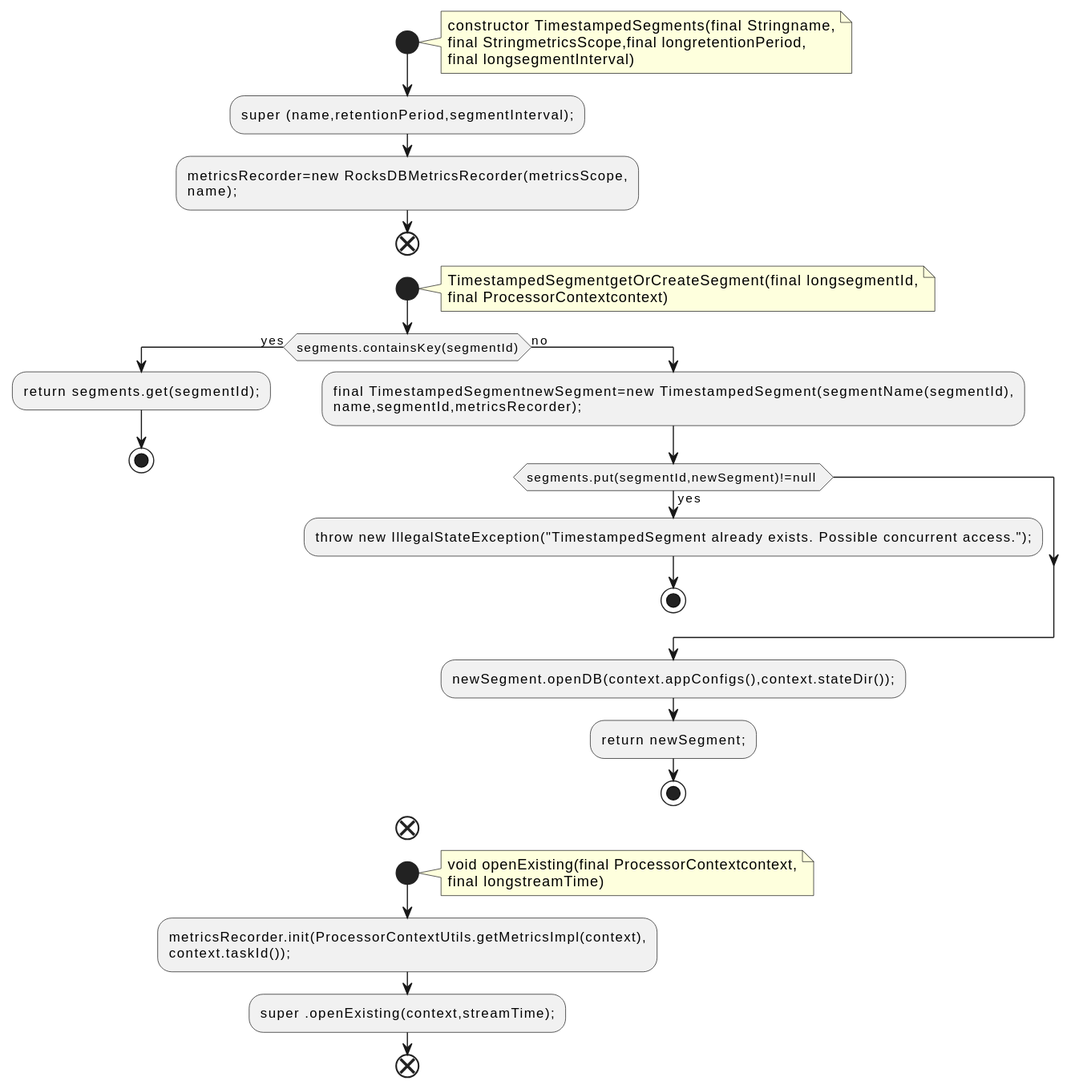
Before: docs/qc/streams/src/main/java/org/apache/kafka/streams/state/internals/TimestampedSegments.java.fct.svg, a diagram exported from PlantUML (qualitesys/kafka).
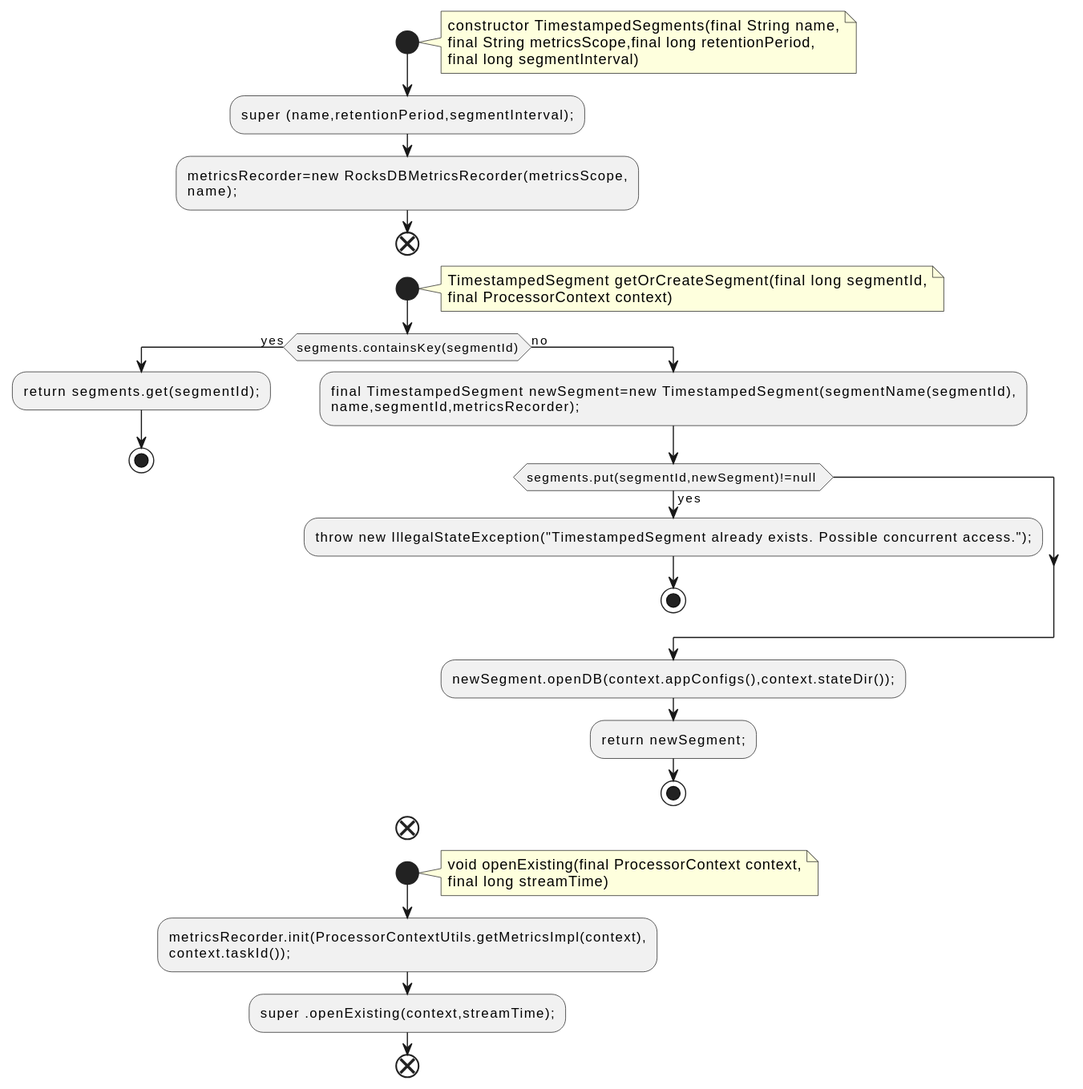
After the commit.

Diff of the diagram source:
```diff
@@ -2,9 +2,9 @@
 !pragma layout smetana
 start
 note right
-constructor TimestampedSegments(final Stringname,
-final StringmetricsScope,final longretentionPeriod,
-final longsegmentInterval)
+constructor TimestampedSegments(final String name,
+final String metricsScope,final long retentionPeriod,
+final long segmentInterval)
 end note
 :super (name,retentionPeriod,segmentInterval);;
 :metricsRecorder=new RocksDBMetricsRecorder(metricsScope,
@@ -12,14 +12,14 @@
 end
 start
 note right
-TimestampedSegmentgetOrCreateSegment(final longsegmentId,
-final ProcessorContextcontext)
+TimestampedSegment getOrCreateSegment(final long segmentId,
+final ProcessorContext context)
 end note
 if (segments.containsKey(segmentId)) then (yes)
 :return segments.get(segmentId);;
 stop
 else (no)
-:final TimestampedSegmentnewSegment=new TimestampedSegment(segmentName(segmentId),
+:final TimestampedSegment newSegment=new TimestampedSegment(segmentName(segmentId),
 name,segmentId,metricsRecorder);;
 if (segments.put(segmentId,newSegment)!=null ) then (yes)
 :throw new IllegalStateException("TimestampedSegment already exists. Possible concurrent access.");;
@@ -32,8 +32,8 @@
 end
 start
 note right
-void openExisting(final ProcessorContextcontext,
-final longstreamTime)
+void openExisting(final ProcessorContext context,
+final long streamTime)
 end note
 :metricsRecorder.init(ProcessorContextUtils.getMetricsImpl(context),
 context.taskId());;
```
